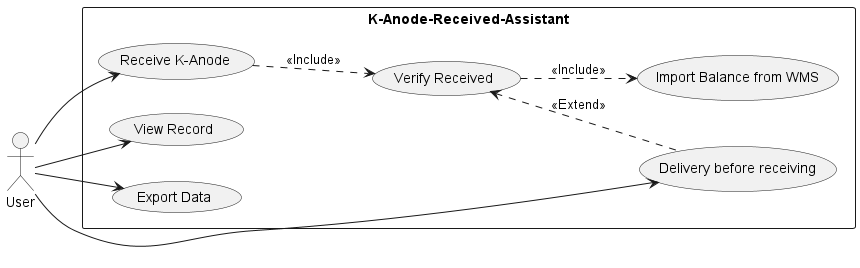
Earlier version of the PlantUML export out/UML/Concept/UseCase.png (Shinodari/K-Anode-Received-Assistant-Design).
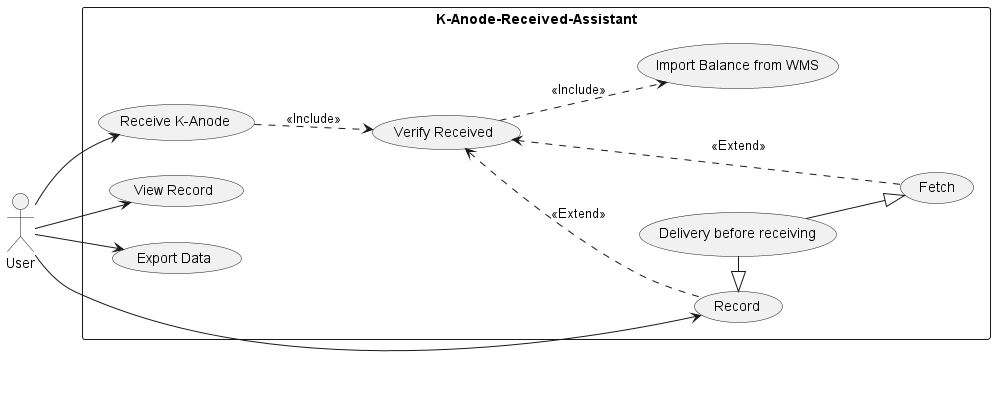
After the commit.

Commit message:
usecase:extend delivery before receiving

The edit, as a diff of the source:
```diff
@@ -4,6 +4,8 @@
     usecase "Receive K-Anode" as receive
     usecase "Verify Received" as verify
     usecase "Delivery before receiving" as delivery
+    usecase "Record" as record_delivery
+    usecase "Fetch" as view_delivery
     usecase "View Record" as view
     usecase "Export Data" as export
     usecase "Import Balance from WMS" as import
@@ -13,8 +15,11 @@
 receive ..> verify : <<Include>>
 verify ..> import : <<Include>>
 
-User --> delivery
-verify <.. delivery : <<Extend>>
+delivery -left-|> record_delivery
+delivery --|> view_delivery
+User --> record_delivery
+verify <.. record_delivery : <<Extend>>
+verify <.. view_delivery : <<Extend>>
 
 User --> view
 User --> export
```
